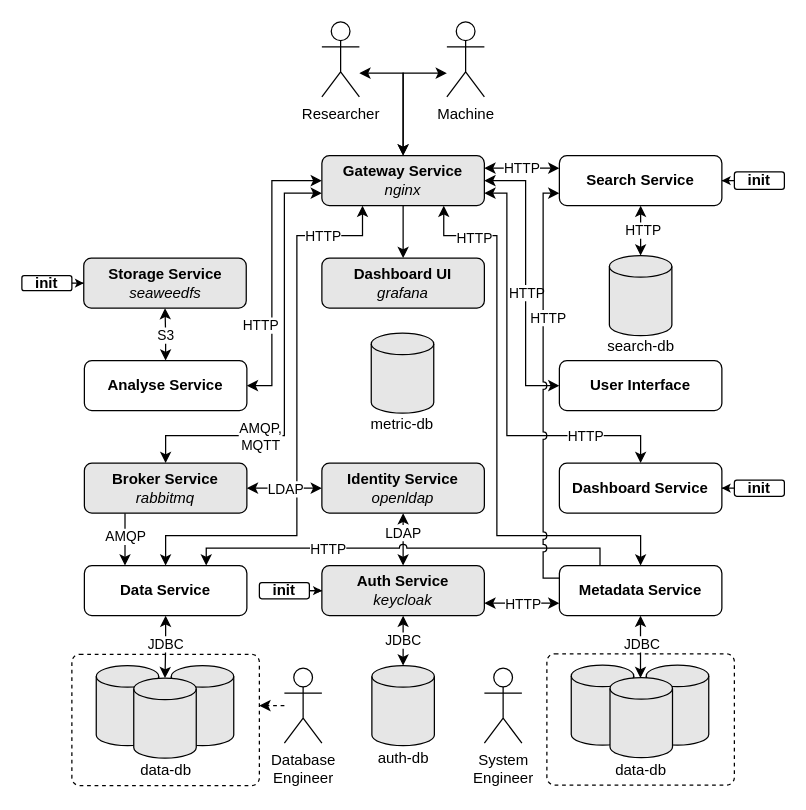
DBRepo-Project/dbrepo keeps this draw.io diagram as page "docker-compose" (1 of 9) of .docs/images/architecture.drawio. Above is the earlier version. Source tidied: cells renumbered, new cells numbered last; positions are measured from the earlier drawing's top-left corner, leaving out a move shared by most shapes. Both pictures are drawn from the tidied source at 125%, with x=0, y=0 at pixel (21, 21).
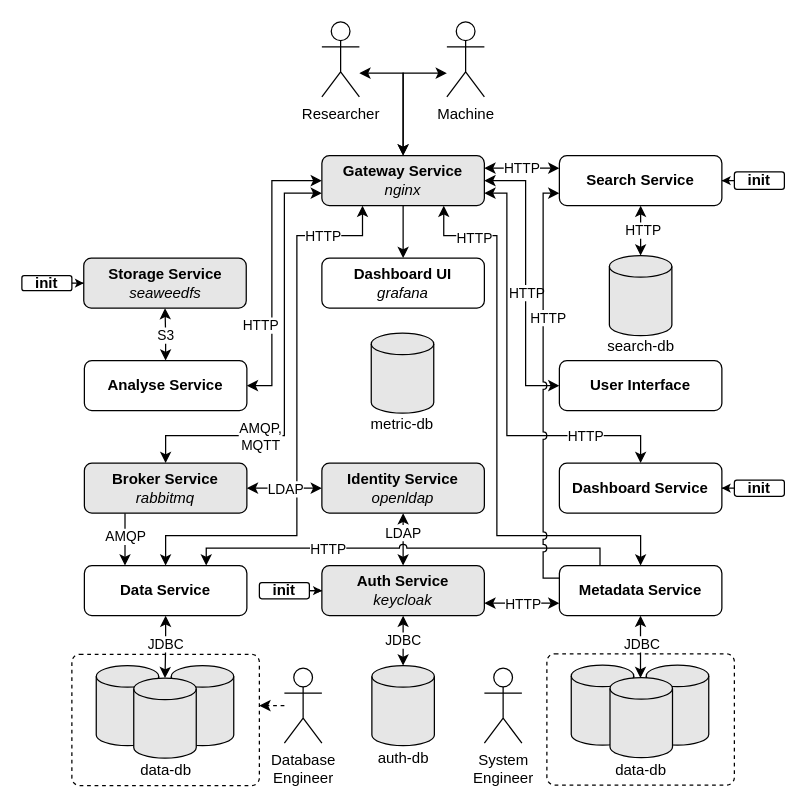
The same diagram, later.

The edit, as a diff of the source:
```diff
@@
-    <mxCell id="67" value="&lt;b&gt;Dashboard UI&lt;/b&gt;&lt;div&gt;&lt;i&gt;grafana&lt;/i&gt;&lt;/div&gt;" style="rounded=1;whiteSpace=wrap;html=1;fillColor=#E6E6E6;fontColor=#000000;strokeColor=#000000;" parent="1" vertex="1">
+    <mxCell id="67" value="&lt;b&gt;Dashboard UI&lt;/b&gt;&lt;div&gt;&lt;i&gt;grafana&lt;/i&gt;&lt;/div&gt;" style="rounded=1;whiteSpace=wrap;html=1;" parent="1" vertex="1">
       <mxGeometry x="240" y="189" width="130" height="40" as="geometry" />
     </mxCell>
```
